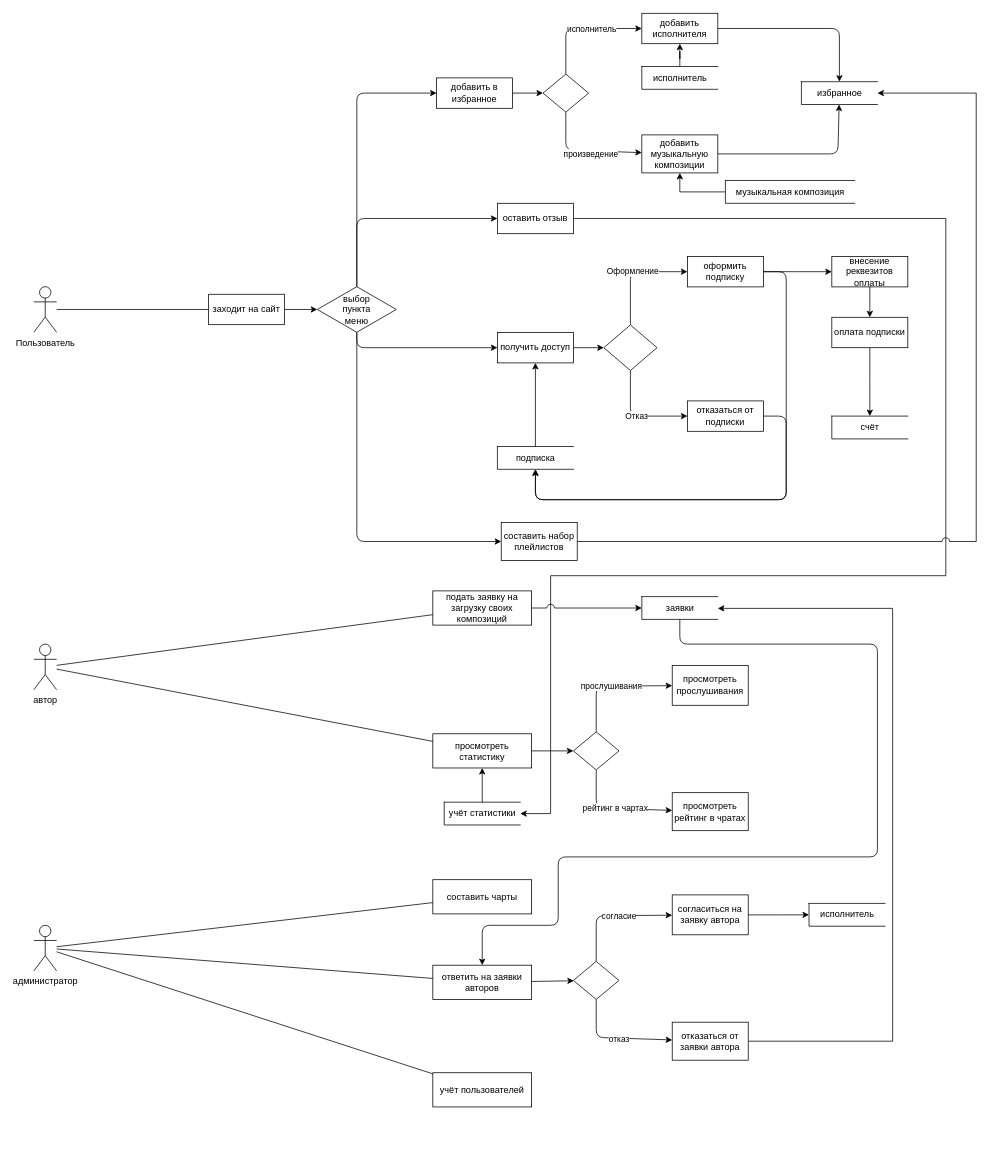
This is page "Страница 1" (1 of 2) of DFD_MusicLibrary.drawio from Arina-Skildeeva/Description-, a draw.io file, before an edit. Source tidied: cells renumbered, new cells numbered last; positions are measured from the earlier drawing's top-left corner, leaving out a move shared by most shapes. Both pictures are drawn from the tidied source at 76%, with x=0, y=0 at pixel (33, 13).
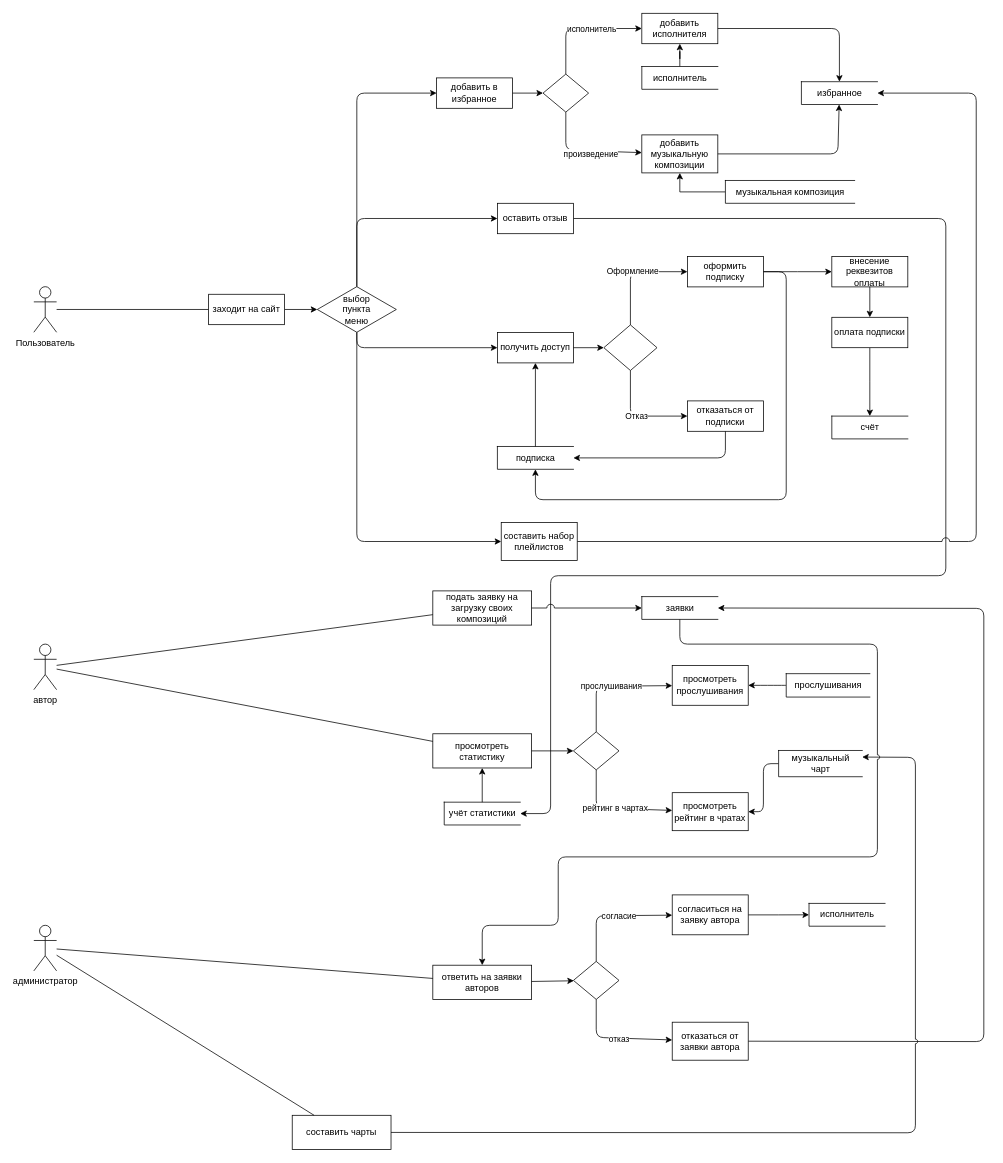
Above is the later version.

Unchanged cells that the change refers to:
```xml
<mxCell id="9" value="оставить отзыв" style="rounded=0;whiteSpace=wrap;html=1;" parent="1" vertex="1">
  <mxGeometry x="610" y="250" width="100" height="40" as="geometry" />
</mxCell>
<mxCell id="12" value="подписка" style="html=1;dashed=0;whitespace=wrap;shape=partialRectangle;right=0;" parent="1" vertex="1">
  <mxGeometry x="610" y="570" width="100" height="30" as="geometry" />
</mxCell>
<mxCell id="16" value="отказаться от подписки" style="rounded=0;whiteSpace=wrap;html=1;" parent="1" vertex="1">
  <mxGeometry x="860" y="510" width="100" height="40" as="geometry" />
</mxCell>
<mxCell id="29" value="избранное" style="html=1;dashed=0;whitespace=wrap;shape=partialRectangle;right=0;" parent="1" vertex="1">
  <mxGeometry x="1010" y="90" width="100" height="30" as="geometry" />
</mxCell>
<mxCell id="33" value="составить набор плейлистов" style="rounded=0;whiteSpace=wrap;html=1;" parent="1" vertex="1">
  <mxGeometry x="615" y="670" width="100" height="50" as="geometry" />
</mxCell>
<mxCell id="37" value="учёт статистики" style="html=1;dashed=0;whitespace=wrap;shape=partialRectangle;right=0;" parent="1" vertex="1">
  <mxGeometry x="540" y="1038" width="100" height="30" as="geometry" />
</mxCell>
<mxCell id="42" value="просмотреть рейтинг в чратах" style="rounded=0;whiteSpace=wrap;html=1;" parent="1" vertex="1">
  <mxGeometry x="840" y="1025.5" width="100" height="50" as="geometry" />
</mxCell>
<mxCell id="43" value="просмотреть прослушивания" style="rounded=0;whiteSpace=wrap;html=1;" parent="1" vertex="1">
  <mxGeometry x="840" y="858" width="100" height="52.5" as="geometry" />
</mxCell>
<mxCell id="45" value="администратор" style="shape=umlActor;verticalLabelPosition=bottom;verticalAlign=top;html=1;outlineConnect=0;" parent="1" vertex="1">
  <mxGeometry y="1200" width="30" height="60" as="geometry" />
</mxCell>
<mxCell id="47" value="заявки" style="html=1;dashed=0;whitespace=wrap;shape=partialRectangle;right=0;" parent="1" vertex="1">
  <mxGeometry x="800" y="767.5" width="100" height="30" as="geometry" />
</mxCell>
<mxCell id="56" value="отказаться от заявки автора" style="rounded=0;whiteSpace=wrap;html=1;" parent="1" vertex="1">
  <mxGeometry x="840" y="1327.5" width="100" height="50" as="geometry" />
</mxCell>
```

Change to the diagram source:
```diff
@@
+    <mxCell id="55" style="rounded=1;jettySize=auto;html=1;entryX=1;entryY=0.5;entryDx=0;entryDy=0;exitX=1;exitY=0.5;exitDx=0;exitDy=0;entryPerimeter=0;" parent="1" edge="1" source="56" target="47">
+      <mxGeometry relative="1" as="geometry">
+        <Array as="points">
+          <mxPoint x="1250" y="1353" />
+          <mxPoint x="1250" y="783" />
+        </Array>
+      </mxGeometry>
+    </mxCell>
@@
-    <mxCell id="8" style="edgeStyle=orthogonalEdgeStyle;rounded=0;jettySize=auto;html=1;entryX=1;entryY=0.5;entryDx=0;entryDy=0;jumpStyle=arc;jumpSize=10;" parent="1" edge="1" source="9" target="37">
+    <mxCell id="8" style="edgeStyle=orthogonalEdgeStyle;rounded=1;jettySize=auto;html=1;entryX=1;entryY=0.5;entryDx=0;entryDy=0;jumpStyle=arc;jumpSize=10;" parent="1" edge="1" source="9" target="37">
       <mxGeometry relative="1" as="geometry">
         <Array as="points">
           <mxPoint x="1200" y="270" />
           <mxPoint x="1200" y="740" />
           <mxPoint x="680" y="740" />
           <mxPoint x="680" y="1053" />
         </Array>
       </mxGeometry>
     </mxCell>
@@
     <mxCell id="20" style="endArrow=classic;html=1;edgeStyle=orthogonalEdgeStyle;" parent="1" edge="1" source="16" target="12">
       <mxGeometry relative="1" as="geometry">
         <Array as="points">
-          <mxPoint x="990" y="530" />
-          <mxPoint x="990" y="640" />
-          <mxPoint x="660" y="640" />
+          <mxPoint x="910" y="585" />
         </Array>
       </mxGeometry>
     </mxCell>
@@
-    <mxCell id="32" style="edgeStyle=orthogonalEdgeStyle;rounded=0;jettySize=auto;html=1;entryX=1;entryY=0.5;entryDx=0;entryDy=0;jumpStyle=arc;jumpSize=10;" parent="1" edge="1" source="33" target="29">
+    <mxCell id="32" style="edgeStyle=orthogonalEdgeStyle;rounded=1;jettySize=auto;html=1;entryX=1;entryY=0.5;entryDx=0;entryDy=0;jumpStyle=arc;jumpSize=10;" parent="1" edge="1" source="33" target="29">
       <mxGeometry relative="1" as="geometry">
         <Array as="points">
           <mxPoint x="1240" y="695" />
           <mxPoint x="1240" y="105" />
         </Array>
       </mxGeometry>
     </mxCell>
@@
+    <mxCell id="86" style="rounded=1;jettySize=auto;html=1;entryX=1;entryY=0.25;entryDx=0;entryDy=0;jumpStyle=arc;" parent="1" edge="1" source="46" target="90">
+      <mxGeometry relative="1" as="geometry">
+        <Array as="points">
+          <mxPoint x="1160" y="1473" />
+          <mxPoint x="1160" y="1210" />
+          <mxPoint x="1160" y="979" />
+        </Array>
+      </mxGeometry>
+    </mxCell>
     <mxCell id="46" value="составить чарты" style="rounded=0;whiteSpace=wrap;html=1;" parent="1" vertex="1">
-      <mxGeometry x="525" y="1140" width="130" height="45" as="geometry" />
+      <mxGeometry x="340" y="1450" width="130" height="45" as="geometry" />
     </mxCell>
@@
-    <mxCell id="55" style="edgeStyle=orthogonalEdgeStyle;rounded=0;jettySize=auto;html=1;" parent="1" edge="1" source="56" target="47">
-      <mxGeometry relative="1" as="geometry">
-        <Array as="points">
-          <mxPoint x="1130" y="1353" />
-          <mxPoint x="1130" y="783" />
-        </Array>
-      </mxGeometry>
-    </mxCell>
@@
-    <mxCell id="61" value="учёт пользователей" style="rounded=0;whiteSpace=wrap;html=1;" parent="1" vertex="1">
-      <mxGeometry x="525" y="1394" width="130" height="45" as="geometry" />
-    </mxCell>
-    <mxCell id="62" style="edgeStyle=orthogonalEdgeStyle;rounded=0;jumpStyle=arc;jumpSize=10;orthogonalLoop=1;jettySize=auto;html=1;exitX=0.5;exitY=1;exitDx=0;exitDy=0;" parent="1" edge="1" source="61" target="61">
-      <mxGeometry relative="1" as="geometry" />
+    <mxCell id="62" style="edgeStyle=orthogonalEdgeStyle;rounded=0;jumpStyle=arc;jumpSize=10;orthogonalLoop=1;jettySize=auto;html=1;exitX=0.5;exitY=1;exitDx=0;exitDy=0;" parent="1" edge="1">
+      <mxGeometry relative="1" as="geometry">
+        <mxPoint x="590" y="1439" as="sourcePoint" />
+        <mxPoint x="590" y="1439" as="targetPoint" />
+      </mxGeometry>
     </mxCell>
@@
-    <mxCell id="72" style="endArrow=none;html=1;rounded=1;comic=0;sketch=0;" parent="1" edge="1" source="45" target="61">
-      <mxGeometry relative="1" as="geometry" />
-    </mxCell>
@@
+    <mxCell id="87" style="edgeStyle=orthogonalEdgeStyle;curved=1;rounded=0;jettySize=auto;html=1;entryX=1;entryY=0.5;entryDx=0;entryDy=0;" parent="1" edge="1" source="88" target="43">
+      <mxGeometry relative="1" as="geometry" />
+    </mxCell>
+    <mxCell id="88" value="прослушивания" style="html=1;dashed=0;whitespace=wrap;shape=partialRectangle;right=0;" parent="1" vertex="1">
+      <mxGeometry x="990" y="868.9" width="110" height="30.8" as="geometry" />
+    </mxCell>
+    <mxCell id="89" style="edgeStyle=orthogonalEdgeStyle;rounded=1;jettySize=auto;html=1;entryX=1;entryY=0.5;entryDx=0;entryDy=0;strokeColor=default;" parent="1" edge="1" source="90" target="42">
+      <mxGeometry relative="1" as="geometry" />
+    </mxCell>
+    <mxCell id="90" value="музыкальный &lt;br&gt;чарт" style="html=1;dashed=0;whitespace=wrap;shape=partialRectangle;right=0;" parent="1" vertex="1">
+      <mxGeometry x="980" y="970" width="110" height="34.5" as="geometry" />
+    </mxCell>
```
